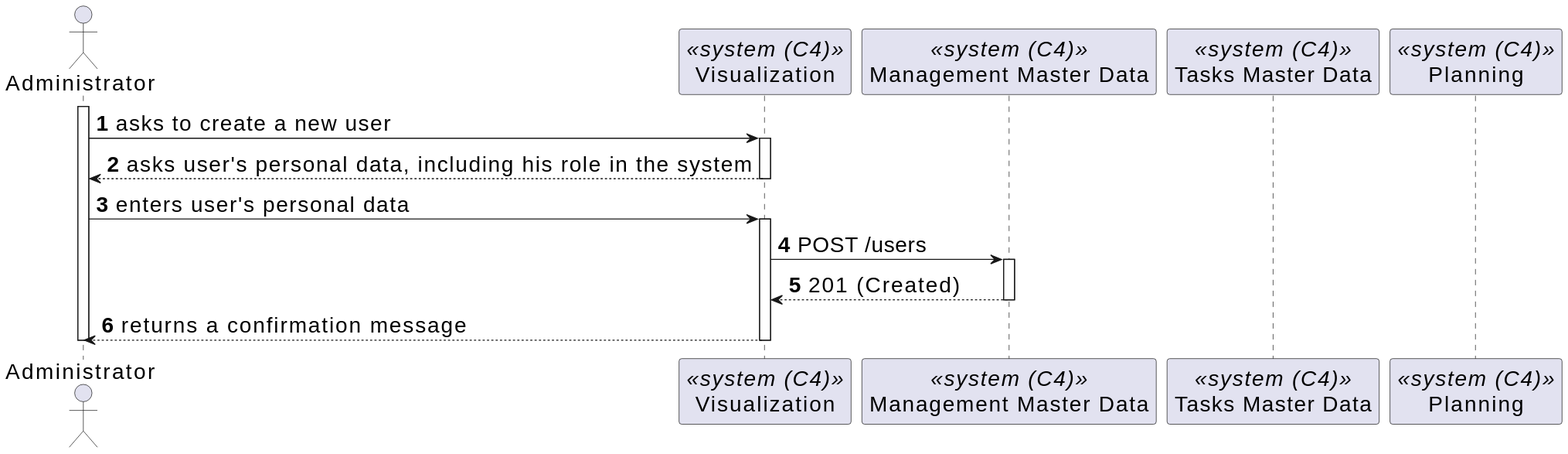
Above: _wiki/sprint-c/us-80/views/level-2/assets/process-view.svg in miseEnPlace-dev/lapr5 (PlantUML), before the change. Its diagram source:
```plantuml
@startuml
skinparamlocked defaultFontSize 20
autonumber
actor ADM as "Administrator"
participant UI as "Visualization" <<system (C4)>>
participant MMD as "Management Master Data" <<system (C4)>>
participant TMD as "Tasks Master Data" <<system (C4)>>
participant P as "Planning" <<system (C4)>>

activate ADM

ADM -> UI : asks to create a new user
activate UI
ADM <-- UI : asks user's personal data, including his role in the system
deactivate UI

ADM -> UI : enters user's personal data
activate UI

UI -> MMD : POST /users
activate MMD
MMD --> UI : 201 (Created)
deactivate MMD

ADM <-- UI : returns a confirmation message
deactivate UI

deactivate ADM
@enduml
```
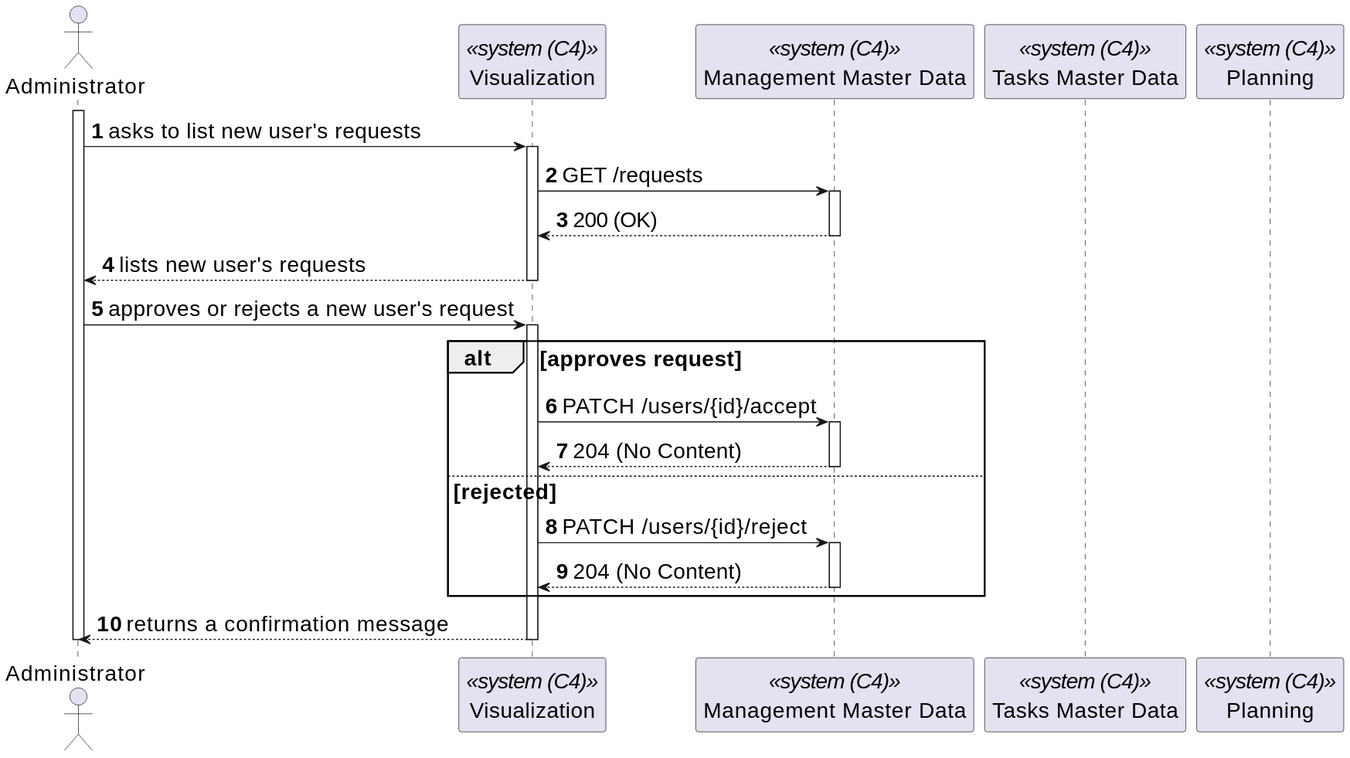
Later version of the same file.

Diff of the diagram source:
```diff
@@ -9,18 +9,30 @@
 
 activate ADM
 
-ADM -> UI : asks to create a new user
+ADM -> UI : asks to list new user's requests
 activate UI
-ADM <-- UI : asks user's personal data, including his role in the system
+UI -> MMD : GET /requests
+activate MMD
+MMD --> UI : 200 (OK)
+deactivate MMD
+
+ADM <-- UI : lists new user's requests
 deactivate UI
 
-ADM -> UI : enters user's personal data
+ADM -> UI : approves or rejects a new user's request
 activate UI
 
-UI -> MMD : POST /users
-activate MMD
-MMD --> UI : 201 (Created)
-deactivate MMD
+alt approves request
+    UI -> MMD : PATCH /users/{id}/accept
+    activate MMD
+    MMD --> UI : 204 (No Content)
+    deactivate MMD
+else rejected
+    UI -> MMD : PATCH /users/{id}/reject
+    activate MMD
+    MMD --> UI : 204 (No Content)
+    deactivate MMD
+end
 
 ADM <-- UI : returns a confirmation message
 deactivate UI
```
